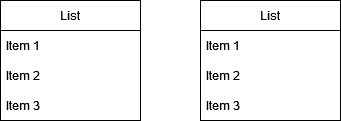
Above: docs/DatabaseGraph.drawio.png in mikolaz27/quiz_2023 (draw.io), before the change. Source tidied: cells renumbered, new cells last; positions are measured from the earlier drawing's top-left corner, leaving out a move shared by most shapes. Source of this version:
```xml
<mxGraphModel>
  <root>
    <mxCell id="0" />
    <mxCell id="1" parent="0" />
    <mxCell id="2" value="List" style="swimlane;fontStyle=0;horizontal=1;startSize=30;whiteSpace=wrap;html=1;" parent="1" vertex="1">
      <mxGeometry width="140" height="120" as="geometry" />
    </mxCell>
    <mxCell id="3" value="Item 1" style="text;strokeColor=none;fillColor=none;align=left;verticalAlign=middle;spacingLeft=4;spacingRight=4;overflow=hidden;whiteSpace=wrap;html=1;" parent="2" vertex="1">
      <mxGeometry y="30" width="140" height="30" as="geometry" />
    </mxCell>
    <mxCell id="4" value="Item 2" style="text;strokeColor=none;fillColor=none;align=left;verticalAlign=middle;spacingLeft=4;spacingRight=4;overflow=hidden;points=[[0,0.5],[1,0.5]];portConstraint=eastwest;whiteSpace=wrap;html=1;" parent="2" vertex="1">
      <mxGeometry y="60" width="140" height="30" as="geometry" />
    </mxCell>
    <mxCell id="5" value="Item 3" style="text;strokeColor=none;fillColor=none;align=left;verticalAlign=middle;spacingLeft=4;spacingRight=4;overflow=hidden;whiteSpace=wrap;html=1;" parent="2" vertex="1">
      <mxGeometry y="90" width="140" height="30" as="geometry" />
    </mxCell>
    <mxCell id="6" value="List" style="swimlane;fontStyle=0;horizontal=1;startSize=30;whiteSpace=wrap;html=1;" parent="1" vertex="1">
      <mxGeometry x="200" width="140" height="120" as="geometry" />
    </mxCell>
    <mxCell id="7" value="Item 1" style="text;strokeColor=none;fillColor=none;align=left;verticalAlign=middle;spacingLeft=4;spacingRight=4;overflow=hidden;whiteSpace=wrap;html=1;" parent="6" vertex="1">
      <mxGeometry y="30" width="140" height="30" as="geometry" />
    </mxCell>
    <mxCell id="8" value="Item 2" style="text;strokeColor=none;fillColor=none;align=left;verticalAlign=middle;spacingLeft=4;spacingRight=4;overflow=hidden;points=[[0,0.5],[1,0.5]];portConstraint=eastwest;whiteSpace=wrap;html=1;" parent="6" vertex="1">
      <mxGeometry y="60" width="140" height="30" as="geometry" />
    </mxCell>
    <mxCell id="9" value="Item 3" style="text;strokeColor=none;fillColor=none;align=left;verticalAlign=middle;spacingLeft=4;spacingRight=4;overflow=hidden;whiteSpace=wrap;html=1;" parent="6" vertex="1">
      <mxGeometry y="90" width="140" height="30" as="geometry" />
    </mxCell>
  </root>
</mxGraphModel>
```
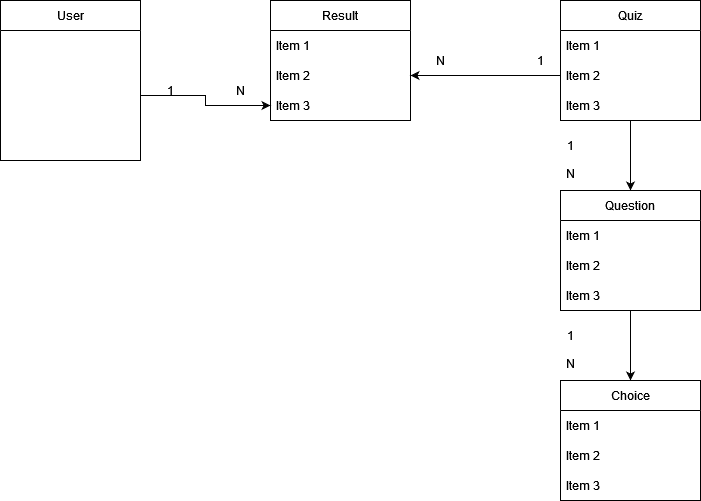
After the commit.

What changed in the source:
```diff
@@ -2,20 +2,17 @@
   <root>
     <mxCell id="0" />
     <mxCell id="1" parent="0" />
-    <mxCell id="2" value="List" style="swimlane;fontStyle=0;horizontal=1;startSize=30;whiteSpace=wrap;html=1;" parent="1" vertex="1">
-      <mxGeometry width="140" height="120" as="geometry" />
+    <mxCell id="2" value="User" style="swimlane;fontStyle=0;horizontal=1;startSize=30;whiteSpace=wrap;html=1;" parent="1" vertex="1">
+      <mxGeometry y="-10" width="140" height="160" as="geometry" />
     </mxCell>
-    <mxCell id="3" value="Item 1" style="text;strokeColor=none;fillColor=none;align=left;verticalAlign=middle;spacingLeft=4;spacingRight=4;overflow=hidden;whiteSpace=wrap;html=1;" parent="2" vertex="1">
-      <mxGeometry y="30" width="140" height="30" as="geometry" />
-    </mxCell>
-    <mxCell id="4" value="Item 2" style="text;strokeColor=none;fillColor=none;align=left;verticalAlign=middle;spacingLeft=4;spacingRight=4;overflow=hidden;points=[[0,0.5],[1,0.5]];portConstraint=eastwest;whiteSpace=wrap;html=1;" parent="2" vertex="1">
-      <mxGeometry y="60" width="140" height="30" as="geometry" />
+    <mxCell id="4" value="&lt;div&gt;&lt;br&gt;&lt;/div&gt;&lt;div&gt;&lt;br&gt;&lt;/div&gt;&lt;div&gt;&lt;br&gt;&lt;/div&gt;" style="text;strokeColor=none;fillColor=none;align=left;verticalAlign=middle;spacingLeft=4;spacingRight=4;overflow=hidden;points=[[0,0.5],[1,0.5]];portConstraint=eastwest;whiteSpace=wrap;html=1;" parent="2" vertex="1">
+      <mxGeometry y="30" width="140" height="130" as="geometry" />
     </mxCell>
-    <mxCell id="5" value="Item 3" style="text;strokeColor=none;fillColor=none;align=left;verticalAlign=middle;spacingLeft=4;spacingRight=4;overflow=hidden;whiteSpace=wrap;html=1;" parent="2" vertex="1">
-      <mxGeometry y="90" width="140" height="30" as="geometry" />
-    </mxCell>
+    <mxCell id="10" style="edgeStyle=orthogonalEdgeStyle;rounded=0;jettySize=auto;html=1;exitX=0.5;exitY=1;exitDx=0;exitDy=0;entryX=0.5;entryY=0;entryDx=0;entryDy=0;" parent="1" edge="1" source="6" target="22">
+      <mxGeometry relative="1" as="geometry" />
+    </mxCell>
-    <mxCell id="6" value="List" style="swimlane;fontStyle=0;horizontal=1;startSize=30;whiteSpace=wrap;html=1;" parent="1" vertex="1">
-      <mxGeometry x="200" width="140" height="120" as="geometry" />
+    <mxCell id="6" value="Quiz" style="swimlane;fontStyle=0;horizontal=1;startSize=30;whiteSpace=wrap;html=1;" parent="1" vertex="1">
+      <mxGeometry x="560" y="-10" width="140" height="120" as="geometry" />
     </mxCell>
     <mxCell id="7" value="Item 1" style="text;strokeColor=none;fillColor=none;align=left;verticalAlign=middle;spacingLeft=4;spacingRight=4;overflow=hidden;whiteSpace=wrap;html=1;" parent="6" vertex="1">
       <mxGeometry y="30" width="140" height="30" as="geometry" />
@@ -26,5 +23,74 @@
     <mxCell id="9" value="Item 3" style="text;strokeColor=none;fillColor=none;align=left;verticalAlign=middle;spacingLeft=4;spacingRight=4;overflow=hidden;whiteSpace=wrap;html=1;" parent="6" vertex="1">
       <mxGeometry y="90" width="140" height="30" as="geometry" />
     </mxCell>
+    <mxCell id="11" value="Result" style="swimlane;fontStyle=0;horizontal=1;startSize=30;whiteSpace=wrap;html=1;" parent="1" vertex="1">
+      <mxGeometry x="270" y="-10" width="140" height="120" as="geometry" />
+    </mxCell>
+    <mxCell id="12" value="Item 1" style="text;strokeColor=none;fillColor=none;align=left;verticalAlign=middle;spacingLeft=4;spacingRight=4;overflow=hidden;whiteSpace=wrap;html=1;" parent="11" vertex="1">
+      <mxGeometry y="30" width="140" height="30" as="geometry" />
+    </mxCell>
+    <mxCell id="13" value="Item 2" style="text;strokeColor=none;fillColor=none;align=left;verticalAlign=middle;spacingLeft=4;spacingRight=4;overflow=hidden;points=[[0,0.5],[1,0.5]];portConstraint=eastwest;whiteSpace=wrap;html=1;" parent="11" vertex="1">
+      <mxGeometry y="60" width="140" height="30" as="geometry" />
+    </mxCell>
+    <mxCell id="14" value="Item 3" style="text;strokeColor=none;fillColor=none;align=left;verticalAlign=middle;spacingLeft=4;spacingRight=4;overflow=hidden;points=[[0,0.5],[1,0.5]];portConstraint=eastwest;whiteSpace=wrap;html=1;" parent="11" vertex="1">
+      <mxGeometry y="90" width="140" height="30" as="geometry" />
+    </mxCell>
+    <mxCell id="15" style="edgeStyle=orthogonalEdgeStyle;rounded=0;jettySize=auto;html=1;exitX=1;exitY=0.5;exitDx=0;exitDy=0;entryX=0;entryY=0.5;entryDx=0;entryDy=0;" parent="1" edge="1" source="4" target="14">
+      <mxGeometry relative="1" as="geometry" />
+    </mxCell>
+    <mxCell id="16" value="1" style="text;html=1;strokeColor=none;fillColor=none;align=center;verticalAlign=middle;whiteSpace=wrap;rounded=0;" parent="1" vertex="1">
+      <mxGeometry x="140" y="65" width="60" height="30" as="geometry" />
+    </mxCell>
+    <mxCell id="17" value="N" style="text;html=1;strokeColor=none;fillColor=none;align=center;verticalAlign=middle;whiteSpace=wrap;rounded=0;" parent="1" vertex="1">
+      <mxGeometry x="210" y="65" width="60" height="30" as="geometry" />
+    </mxCell>
+    <mxCell id="18" style="edgeStyle=orthogonalEdgeStyle;rounded=0;jettySize=auto;html=1;exitX=0;exitY=0.5;exitDx=0;exitDy=0;entryX=1;entryY=0.5;entryDx=0;entryDy=0;" parent="1" edge="1" source="8" target="13">
+      <mxGeometry relative="1" as="geometry" />
+    </mxCell>
+    <mxCell id="19" value="1" style="text;html=1;strokeColor=none;fillColor=none;align=center;verticalAlign=middle;whiteSpace=wrap;rounded=0;" parent="1" vertex="1">
+      <mxGeometry x="510" y="35" width="60" height="30" as="geometry" />
+    </mxCell>
+    <mxCell id="20" value="N" style="text;html=1;strokeColor=none;fillColor=none;align=center;verticalAlign=middle;whiteSpace=wrap;rounded=0;" parent="1" vertex="1">
+      <mxGeometry x="410" y="35" width="60" height="30" as="geometry" />
+    </mxCell>
+    <mxCell id="21" style="edgeStyle=orthogonalEdgeStyle;rounded=0;jettySize=auto;html=1;exitX=0.5;exitY=1;exitDx=0;exitDy=0;entryX=0.5;entryY=0;entryDx=0;entryDy=0;" parent="1" edge="1" source="22" target="26">
+      <mxGeometry relative="1" as="geometry" />
+    </mxCell>
+    <mxCell id="22" value="Question" style="swimlane;fontStyle=0;horizontal=1;startSize=30;whiteSpace=wrap;html=1;" parent="1" vertex="1">
+      <mxGeometry x="560" y="180" width="140" height="120" as="geometry" />
+    </mxCell>
+    <mxCell id="23" value="Item 1" style="text;strokeColor=none;fillColor=none;align=left;verticalAlign=middle;spacingLeft=4;spacingRight=4;overflow=hidden;whiteSpace=wrap;html=1;" parent="22" vertex="1">
+      <mxGeometry y="30" width="140" height="30" as="geometry" />
+    </mxCell>
+    <mxCell id="24" value="Item 2" style="text;strokeColor=none;fillColor=none;align=left;verticalAlign=middle;spacingLeft=4;spacingRight=4;overflow=hidden;whiteSpace=wrap;html=1;" parent="22" vertex="1">
+      <mxGeometry y="60" width="140" height="30" as="geometry" />
+    </mxCell>
+    <mxCell id="25" value="Item 3" style="text;strokeColor=none;fillColor=none;align=left;verticalAlign=middle;spacingLeft=4;spacingRight=4;overflow=hidden;whiteSpace=wrap;html=1;" parent="22" vertex="1">
+      <mxGeometry y="90" width="140" height="30" as="geometry" />
+    </mxCell>
+    <mxCell id="26" value="Choice" style="swimlane;fontStyle=0;horizontal=1;startSize=30;whiteSpace=wrap;html=1;" parent="1" vertex="1">
+      <mxGeometry x="560" y="370" width="140" height="120" as="geometry" />
+    </mxCell>
+    <mxCell id="27" value="Item 1" style="text;strokeColor=none;fillColor=none;align=left;verticalAlign=middle;spacingLeft=4;spacingRight=4;overflow=hidden;whiteSpace=wrap;html=1;" parent="26" vertex="1">
+      <mxGeometry y="30" width="140" height="30" as="geometry" />
+    </mxCell>
+    <mxCell id="28" value="Item 2" style="text;strokeColor=none;fillColor=none;align=left;verticalAlign=middle;spacingLeft=4;spacingRight=4;overflow=hidden;whiteSpace=wrap;html=1;" parent="26" vertex="1">
+      <mxGeometry y="60" width="140" height="30" as="geometry" />
+    </mxCell>
+    <mxCell id="29" value="Item 3" style="text;strokeColor=none;fillColor=none;align=left;verticalAlign=middle;spacingLeft=4;spacingRight=4;overflow=hidden;whiteSpace=wrap;html=1;" parent="26" vertex="1">
+      <mxGeometry y="90" width="140" height="30" as="geometry" />
+    </mxCell>
+    <mxCell id="30" value="1" style="text;html=1;strokeColor=none;fillColor=none;align=center;verticalAlign=middle;whiteSpace=wrap;rounded=0;" parent="1" vertex="1">
+      <mxGeometry x="540" y="120" width="60" height="30" as="geometry" />
+    </mxCell>
+    <mxCell id="31" value="N" style="text;html=1;strokeColor=none;fillColor=none;align=center;verticalAlign=middle;whiteSpace=wrap;rounded=0;" parent="1" vertex="1">
+      <mxGeometry x="540" y="145" width="60" height="35" as="geometry" />
+    </mxCell>
+    <mxCell id="32" value="1" style="text;html=1;strokeColor=none;fillColor=none;align=center;verticalAlign=middle;whiteSpace=wrap;rounded=0;" parent="1" vertex="1">
+      <mxGeometry x="540" y="310" width="60" height="30" as="geometry" />
+    </mxCell>
+    <mxCell id="33" value="N" style="text;html=1;strokeColor=none;fillColor=none;align=center;verticalAlign=middle;whiteSpace=wrap;rounded=0;" parent="1" vertex="1">
+      <mxGeometry x="540" y="335" width="60" height="35" as="geometry" />
+    </mxCell>
   </root>
 </mxGraphModel>
```
